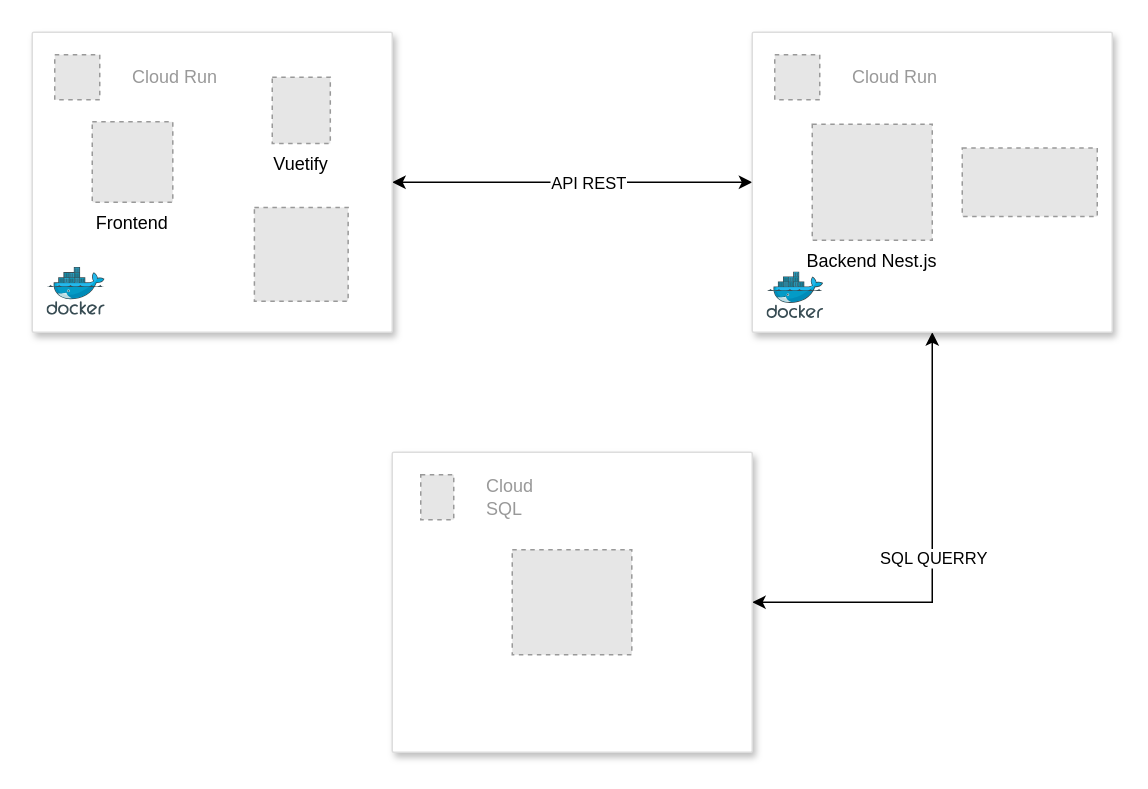
Before: page "Arquitetura Final" (1 of 4) of diagram/arquitetura.drawio in Lucas-Salomao/back-pousada-ypua, a draw.io diagram. Source tidied: cells renumbered, new cells numbered last; positions are measured from the earlier drawing's top-left corner, leaving out a move shared by most shapes. Both pictures are drawn from the tidied source at 150%, with x=0, y=0 at pixel (32, 32). Pictures stored in the file or linked from it are replaced by grey dashed boxes.
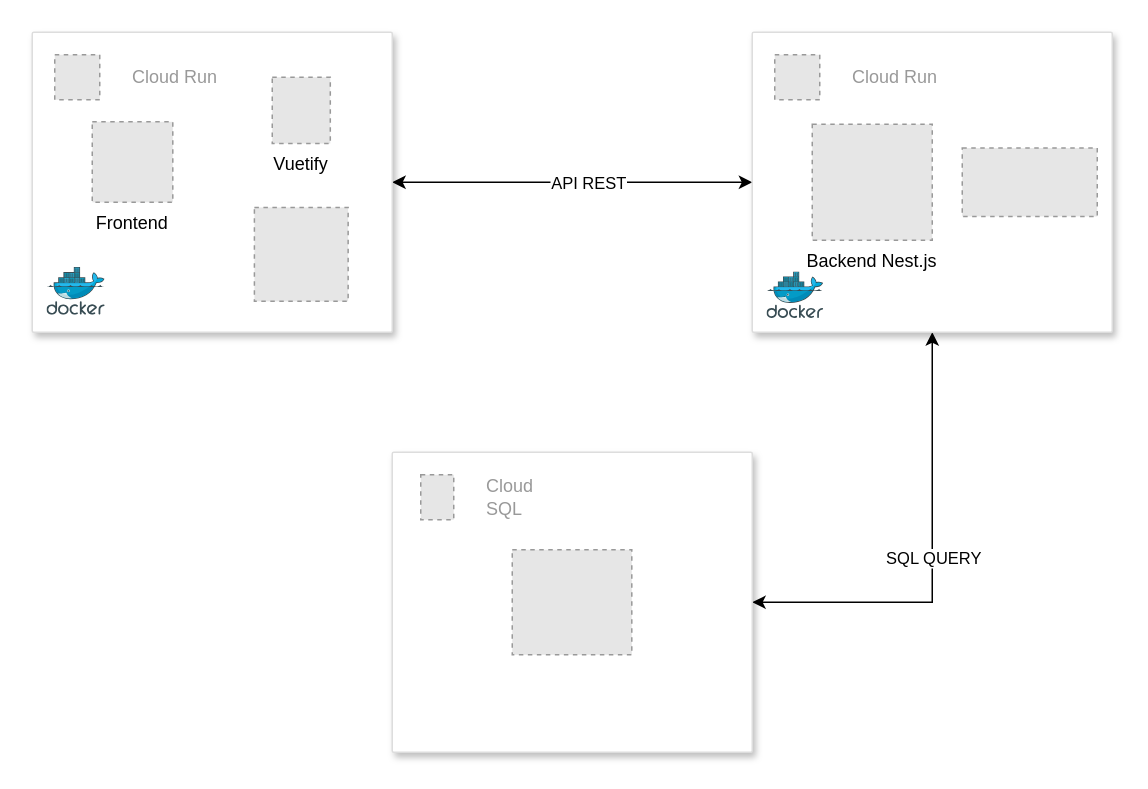
After the change.

Unchanged cells that the change refers to:
```xml
<mxCell id="4" style="endArrow=classic;startArrow=classic;html=1;rounded=0;entryX=0.5;entryY=1;entryDx=0;entryDy=0;exitX=1;exitY=0.5;exitDx=0;exitDy=0;" parent="1" edge="1" source="11" target="6">
  <mxGeometry relative="1" as="geometry">
    <Array as="points">
      <mxPoint x="600" y="380" />
    </Array>
  </mxGeometry>
</mxCell>
```

Diff of the diagram source:
```diff
@@
-    <mxCell id="5" value="SQL QUERRY" style="edgeLabel;html=1;align=center;verticalAlign=middle;" parent="4" vertex="1">
+    <mxCell id="5" value="SQL QUERY" style="edgeLabel;html=1;align=center;verticalAlign=middle;" parent="4" vertex="1">
       <mxGeometry relative="1" as="geometry" />
     </mxCell>
```
